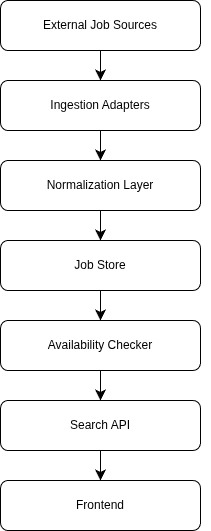
This is docs/architecture.png from aergaroth/openjobseu, a draw.io export, as it was before one commit. Source tidied: cells renumbered, new cells last; positions are measured from the earlier drawing's top-left corner, leaving out a move shared by most shapes. The source it was exported from:
```xml
<mxGraphModel>
  <root>
    <mxCell id="0" />
    <mxCell id="1" parent="0" />
    <mxCell id="2" style="edgeStyle=none;curved=1;rounded=0;jettySize=auto;html=1;exitX=0.5;exitY=1;exitDx=0;exitDy=0;entryX=0.5;entryY=0;entryDx=0;entryDy=0;fontSize=12;startSize=8;endSize=8;" parent="1" edge="1" source="3" target="7">
      <mxGeometry relative="1" as="geometry" />
    </mxCell>
    <mxCell id="3" value="Ingestion Adapters" style="rounded=1;whiteSpace=wrap;html=1;" parent="1" vertex="1">
      <mxGeometry y="80" width="200" height="50" as="geometry" />
    </mxCell>
    <mxCell id="4" style="edgeStyle=none;curved=1;rounded=0;jettySize=auto;html=1;exitX=0.5;exitY=1;exitDx=0;exitDy=0;entryX=0.5;entryY=0;entryDx=0;entryDy=0;fontSize=12;startSize=8;endSize=8;" parent="1" edge="1" source="5" target="3">
      <mxGeometry relative="1" as="geometry" />
    </mxCell>
    <mxCell id="5" value="External Job Sources" style="rounded=1;whiteSpace=wrap;html=1;" parent="1" vertex="1">
      <mxGeometry width="200" height="50" as="geometry" />
    </mxCell>
    <mxCell id="6" style="edgeStyle=none;curved=1;rounded=0;jettySize=auto;html=1;fontSize=12;startSize=8;endSize=8;" parent="1" edge="1" source="7" target="10">
      <mxGeometry relative="1" as="geometry" />
    </mxCell>
    <mxCell id="7" value="Normalization Layer" style="rounded=1;whiteSpace=wrap;html=1;" parent="1" vertex="1">
      <mxGeometry y="160" width="200" height="50" as="geometry" />
    </mxCell>
    <mxCell id="8" style="edgeStyle=none;curved=1;rounded=0;orthogonalLoop=1;jettySize=auto;html=1;exitX=1;exitY=0.5;exitDx=0;exitDy=0;fontSize=12;startSize=8;endSize=8;" parent="1" edge="1" source="3" target="3">
      <mxGeometry relative="1" as="geometry" />
    </mxCell>
    <mxCell id="9" style="edgeStyle=none;curved=1;rounded=0;jettySize=auto;html=1;fontSize=12;startSize=8;endSize=8;" parent="1" edge="1" source="10" target="12">
      <mxGeometry relative="1" as="geometry" />
    </mxCell>
    <mxCell id="10" value="Job Store" style="whiteSpace=wrap;html=1;rounded=1;" parent="1" vertex="1">
      <mxGeometry y="240" width="200" height="50" as="geometry" />
    </mxCell>
    <mxCell id="11" style="edgeStyle=none;curved=1;rounded=0;jettySize=auto;html=1;fontSize=12;startSize=8;endSize=8;" parent="1" edge="1" source="12" target="14">
      <mxGeometry relative="1" as="geometry" />
    </mxCell>
    <mxCell id="12" value="Availability Checker" style="whiteSpace=wrap;html=1;rounded=1;" parent="1" vertex="1">
      <mxGeometry y="320" width="200" height="50" as="geometry" />
    </mxCell>
    <mxCell id="13" style="edgeStyle=none;curved=1;rounded=0;jettySize=auto;html=1;fontSize=12;startSize=8;endSize=8;" parent="1" edge="1" source="14" target="15">
      <mxGeometry relative="1" as="geometry" />
    </mxCell>
    <mxCell id="14" value="Search API" style="whiteSpace=wrap;html=1;rounded=1;" parent="1" vertex="1">
      <mxGeometry y="400" width="200" height="50" as="geometry" />
    </mxCell>
    <mxCell id="15" value="Frontend" style="whiteSpace=wrap;html=1;rounded=1;" parent="1" vertex="1">
      <mxGeometry y="480" width="200" height="50" as="geometry" />
    </mxCell>
  </root>
</mxGraphModel>
```
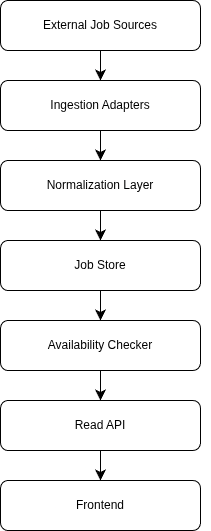
The same file after the commit.

Commit message:
docs: update architecture diagram API naming

Change to the diagram source:
```diff
@@ -38,7 +38,7 @@
     <mxCell id="13" style="edgeStyle=none;curved=1;rounded=0;jettySize=auto;html=1;fontSize=12;startSize=8;endSize=8;" parent="1" edge="1" source="14" target="15">
       <mxGeometry relative="1" as="geometry" />
     </mxCell>
-    <mxCell id="14" value="Search API" style="whiteSpace=wrap;html=1;rounded=1;" parent="1" vertex="1">
+    <mxCell id="14" value="Read API" style="whiteSpace=wrap;html=1;rounded=1;" parent="1" vertex="1">
       <mxGeometry y="400" width="200" height="50" as="geometry" />
     </mxCell>
     <mxCell id="15" value="Frontend" style="whiteSpace=wrap;html=1;rounded=1;" parent="1" vertex="1">
```
